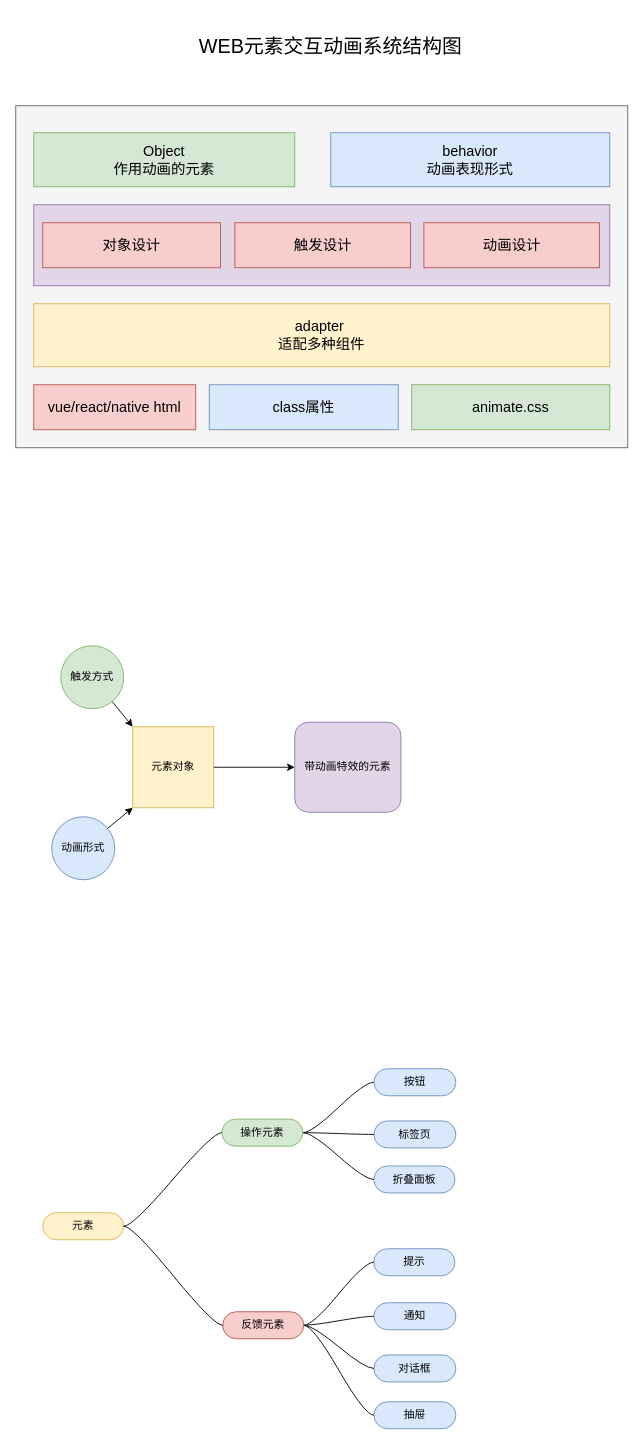
Above: WEB元素交互动画系统设计.drawio in meterXu/drawiofile (draw.io), before the change. Source tidied: cells renumbered, new cells numbered last; positions are measured from the earlier drawing's top-left corner, leaving out a move shared by most shapes. Both pictures are drawn from the tidied source at 90%, with x=0, y=0 at pixel (15, 15).
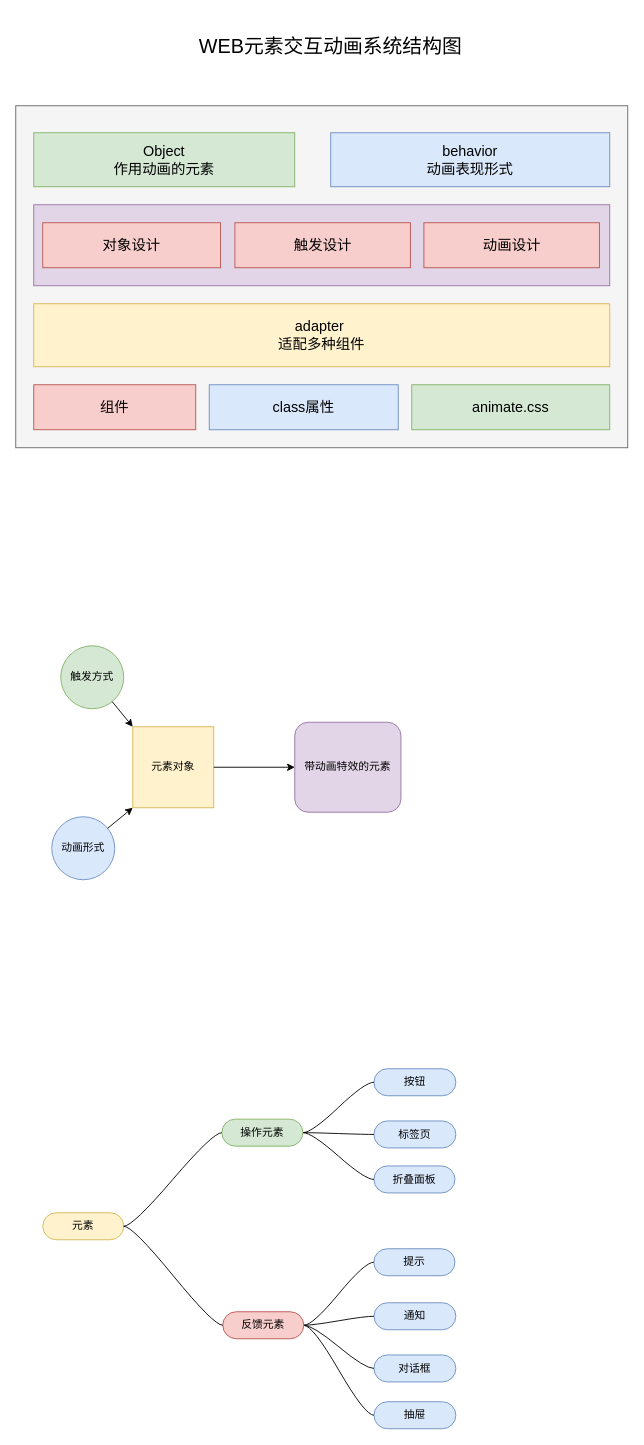
The same page after the edit.

Commit message:
Update WEB元素交互动画系统设计.drawio

The edit, as a diff of the source:
```diff
@@
-    <mxCell id="10" value="&lt;font style=&quot;font-size: 16px&quot;&gt;vue/react/native html&lt;/font&gt;" style="rounded=0;whiteSpace=wrap;html=1;fillColor=#f8cecc;strokeColor=#b85450;" parent="1" vertex="1">
+    <mxCell id="10" value="&lt;span style=&quot;font-size: 16px&quot;&gt;组件&lt;/span&gt;" style="rounded=0;whiteSpace=wrap;html=1;fillColor=#f8cecc;strokeColor=#b85450;" parent="1" vertex="1">
       <mxGeometry x="20" y="410" width="180" height="50" as="geometry" />
     </mxCell>
```
